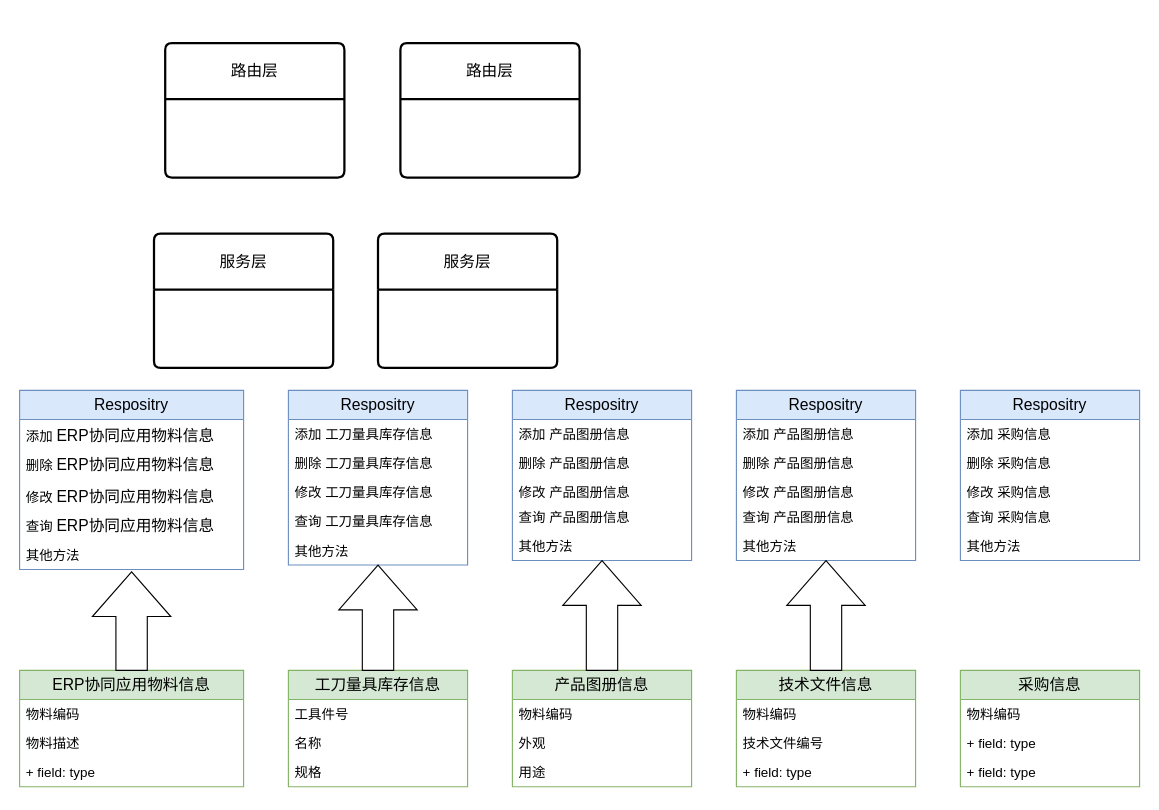
Above: backend.drawio in miaomiao1992/draw.io (draw.io), before the change. Source tidied: cells renumbered, new cells numbered last; positions are measured from the earlier drawing's top-left corner, leaving out a move shared by most shapes. Both pictures are drawn from the tidied source at 112%, with x=0, y=0 at pixel (19, 43).
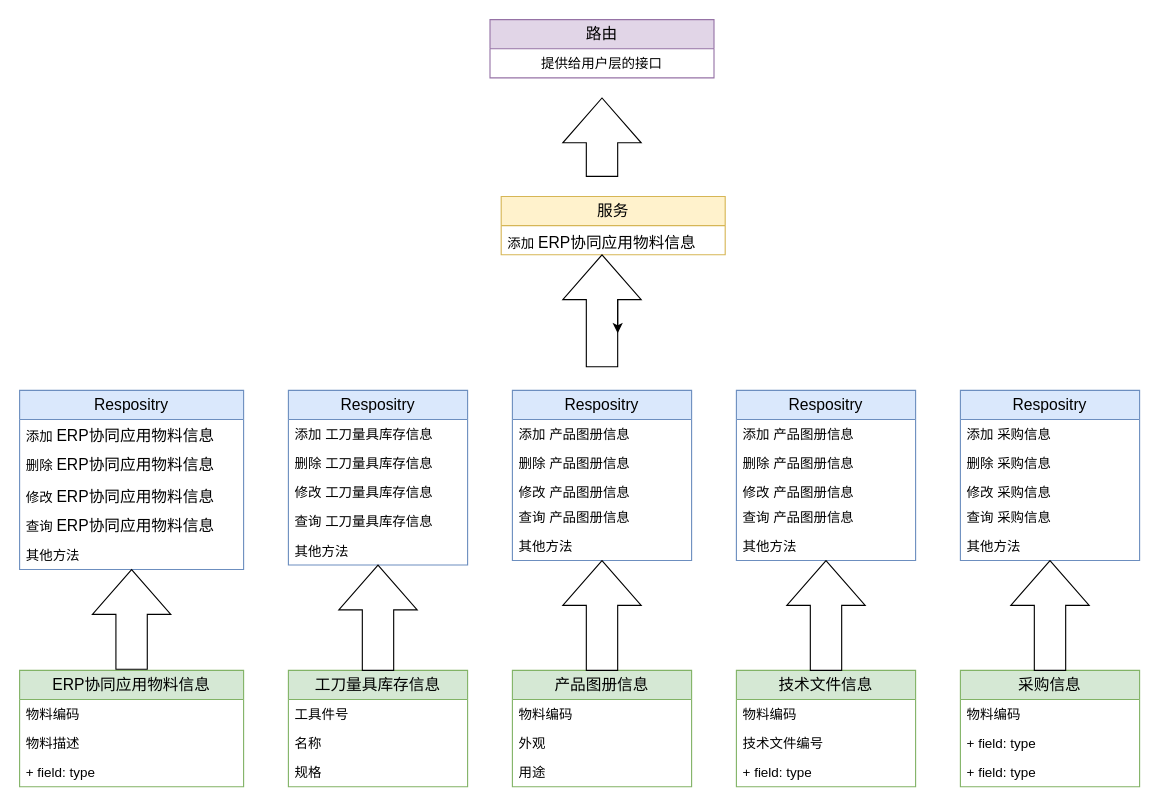
The same diagram, later.

Change to the diagram source:
```diff
@@
-    <mxCell id="2" value="服务层" style="swimlane;horizontal=1;startSize=50;rounded=1;fontSize=14;fontStyle=0;strokeWidth=2;shadow=0;dashed=0;align=center;arcSize=4;whiteSpace=wrap;html=1;" parent="1" vertex="1">
-      <mxGeometry x="120" y="170" width="160" height="120" as="geometry" />
-    </mxCell>
-    <mxCell id="3" value="路由层" style="swimlane;horizontal=1;startSize=50;rounded=1;fontSize=14;fontStyle=0;strokeWidth=2;shadow=0;dashed=0;align=center;arcSize=4;whiteSpace=wrap;html=1;" parent="1" vertex="1">
-      <mxGeometry x="130" width="160" height="120" as="geometry" />
-    </mxCell>
-    <mxCell id="4" value="服务层" style="swimlane;horizontal=1;startSize=50;rounded=1;fontSize=14;fontStyle=0;strokeWidth=2;shadow=0;dashed=0;align=center;arcSize=4;whiteSpace=wrap;html=1;" parent="1" vertex="1">
-      <mxGeometry x="320" y="170" width="160" height="120" as="geometry" />
-    </mxCell>
-    <mxCell id="5" value="路由层" style="swimlane;horizontal=1;startSize=50;rounded=1;fontSize=14;fontStyle=0;strokeWidth=2;shadow=0;dashed=0;align=center;arcSize=4;whiteSpace=wrap;html=1;" parent="1" vertex="1">
-      <mxGeometry x="340" width="160" height="120" as="geometry" />
-    </mxCell>
@@
     <mxCell id="38" style="html=1;shadow=0;dashed=0;align=center;verticalAlign=middle;shape=mxgraph.arrows2.arrow;dy=0.6;dx=40;direction=north;notch=0;" parent="1" vertex="1">
-      <mxGeometry x="65" y="472" width="70" height="88" as="geometry" />
+      <mxGeometry x="65" y="470" width="70" height="89" as="geometry" />
     </mxCell>
@@
+    <mxCell id="60" value="&lt;span style=&quot;font-size: 14px;&quot;&gt;服务&lt;/span&gt;" style="swimlane;fontStyle=0;horizontal=1;startSize=26;fillColor=#fff2cc;whiteSpace=wrap;html=1;strokeColor=#d6b656;" parent="1" vertex="1">
+      <mxGeometry x="430" y="137" width="200" height="52" as="geometry" />
+    </mxCell>
+    <mxCell id="61" value="添加&amp;nbsp;&lt;span style=&quot;font-size: 14px; text-align: center;&quot;&gt;ERP协同应用物料信息&lt;/span&gt;" style="text;strokeColor=none;fillColor=none;align=left;verticalAlign=top;spacingLeft=4;spacingRight=4;overflow=hidden;whiteSpace=wrap;html=1;" parent="60" vertex="1">
+      <mxGeometry y="26" width="200" height="26" as="geometry" />
+    </mxCell>
+    <mxCell id="62" value="&lt;span style=&quot;font-size: 14px;&quot;&gt;路由&lt;/span&gt;" style="swimlane;fontStyle=0;horizontal=1;startSize=26;fillColor=#e1d5e7;whiteSpace=wrap;html=1;strokeColor=#9673a6;" parent="1" vertex="1">
+      <mxGeometry x="420" y="-21" width="200" height="52" as="geometry" />
+    </mxCell>
+    <mxCell id="63" value="提供给用户层的接口" style="text;strokeColor=none;fillColor=none;align=center;verticalAlign=top;spacingLeft=4;spacingRight=4;overflow=hidden;whiteSpace=wrap;html=1;" parent="62" vertex="1">
+      <mxGeometry y="26" width="200" height="26" as="geometry" />
+    </mxCell>
+    <mxCell id="64" style="html=1;shadow=0;dashed=0;align=center;verticalAlign=middle;shape=mxgraph.arrows2.arrow;dy=0.6;dx=40;direction=north;notch=0;" parent="1" vertex="1">
+      <mxGeometry x="485" y="189" width="70" height="100" as="geometry" />
+    </mxCell>
+    <mxCell id="65" style="html=1;shadow=0;dashed=0;align=center;verticalAlign=middle;shape=mxgraph.arrows2.arrow;dy=0.6;dx=40;direction=north;notch=0;" parent="1" vertex="1">
+      <mxGeometry x="485" y="49" width="70" height="70" as="geometry" />
+    </mxCell>
+    <mxCell id="66" style="html=1;shadow=0;dashed=0;align=center;verticalAlign=middle;shape=mxgraph.arrows2.arrow;dy=0.6;dx=40;direction=north;notch=0;" parent="1" vertex="1">
+      <mxGeometry x="885" y="462" width="70" height="98" as="geometry" />
+    </mxCell>
+    <mxCell id="67" style="edgeStyle=orthogonalEdgeStyle;rounded=0;orthogonalLoop=1;jettySize=auto;html=1;exitX=0;exitY=0;exitDx=60;exitDy=49;exitPerimeter=0;entryX=0;entryY=0;entryDx=30;entryDy=49;entryPerimeter=0;" parent="1" edge="1" source="64" target="64">
+      <mxGeometry relative="1" as="geometry" />
+    </mxCell>
```
